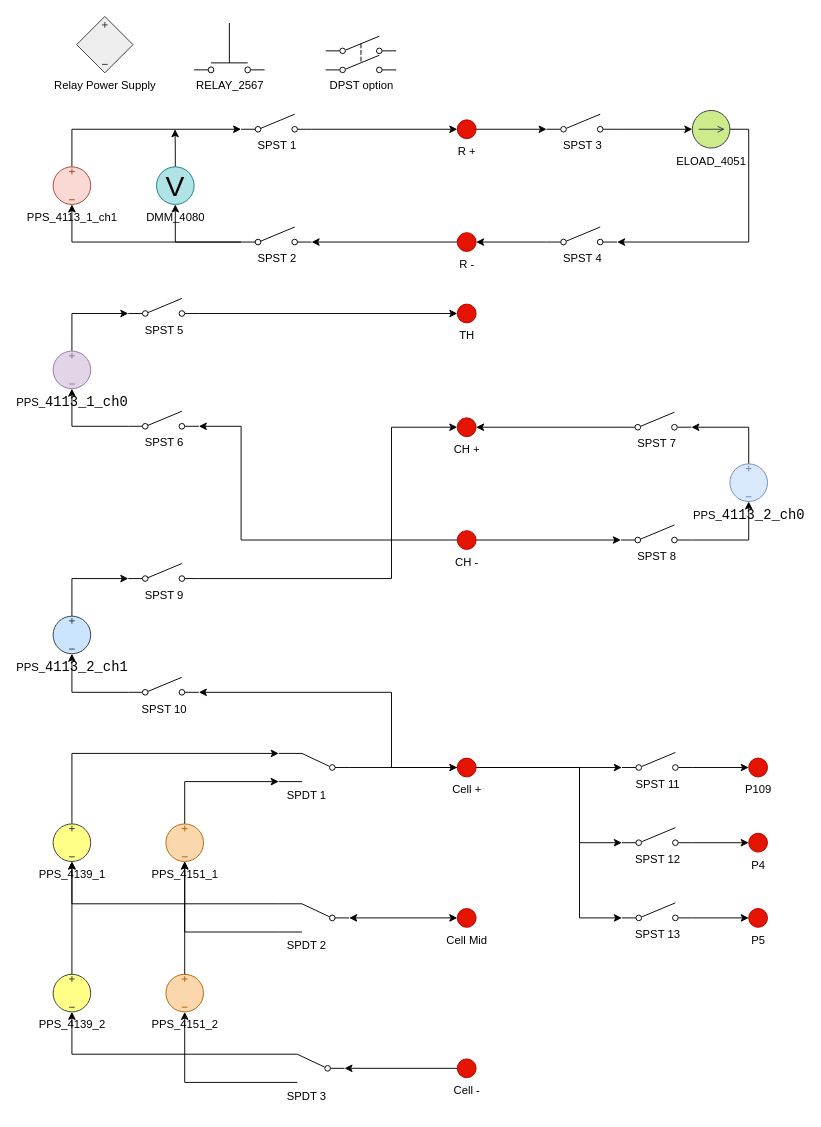
Before: BMS.drawio in ktlim-xy/draw-io, a draw.io diagram. Source tidied: cells renumbered, new cells numbered last; positions are measured from the earlier drawing's top-left corner, leaving out a move shared by most shapes. Both pictures are drawn from the tidied source at 94%, with x=0, y=0 at pixel (53, 16).
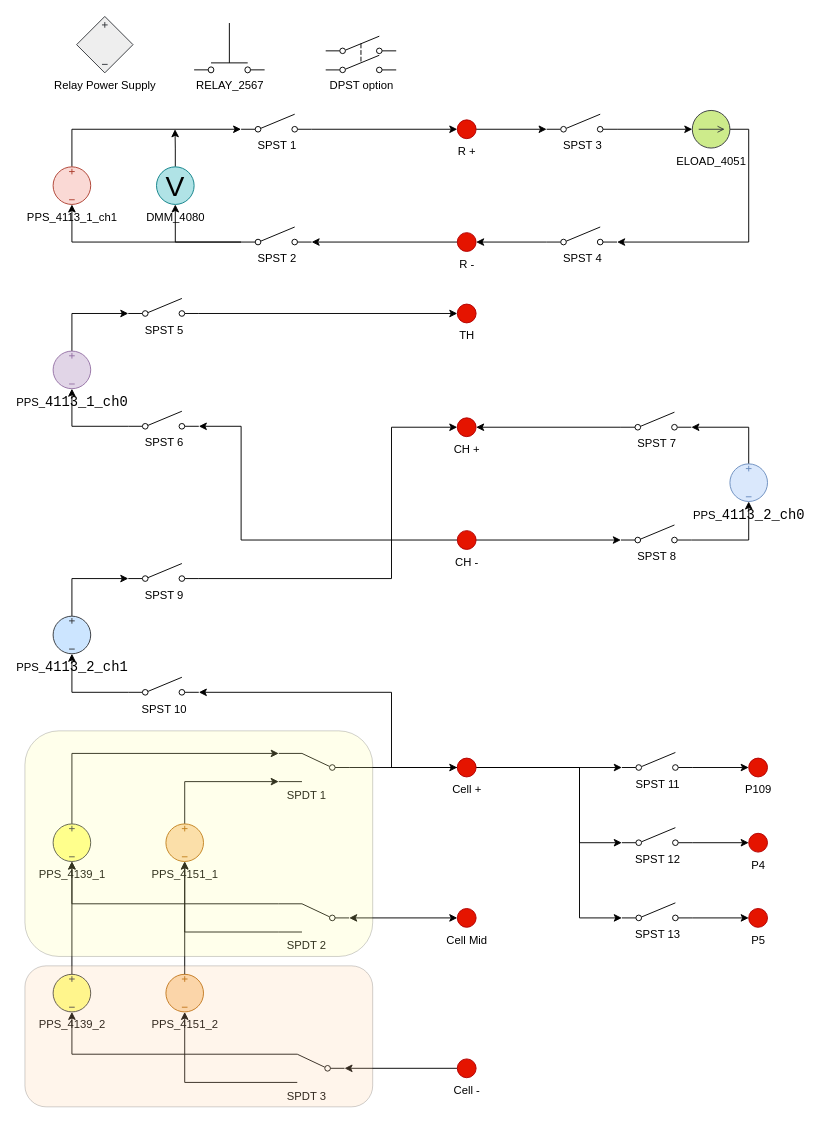
After the change.

Diff of the diagram source:
```diff
@@
+    <mxCell id="85" style="rounded=1;whiteSpace=wrap;html=1;fillColor=#FFFF99;gradientColor=none;fillStyle=auto;gradientDirection=radial;opacity=20;" parent="1" vertex="1">
+      <mxGeometry x="-30" y="760" width="370" height="240" as="geometry" />
+    </mxCell>
+    <mxCell id="86" style="rounded=1;whiteSpace=wrap;html=1;fillColor=#FFCC99;gradientColor=none;fillStyle=auto;gradientDirection=radial;opacity=20;" parent="1" vertex="1">
+      <mxGeometry x="-30" y="1010" width="370" height="150" as="geometry" />
+    </mxCell>
```
